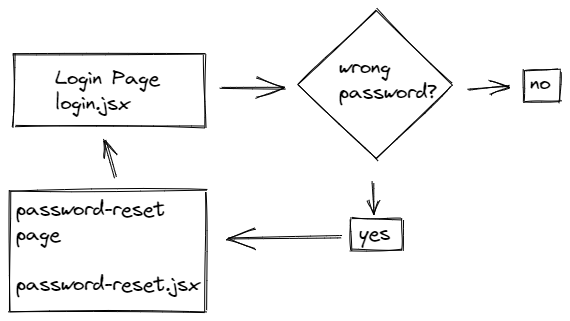
TowmirAlRashid/meritage-portal-completed keeps this Excalidraw diagram as portalDiagram.excalidraw.png. Above is the earlier version. Source tidied: one line per element, renumbered; positions are measured from the earlier drawing's top-left corner, leaving out a move shared by most shapes.
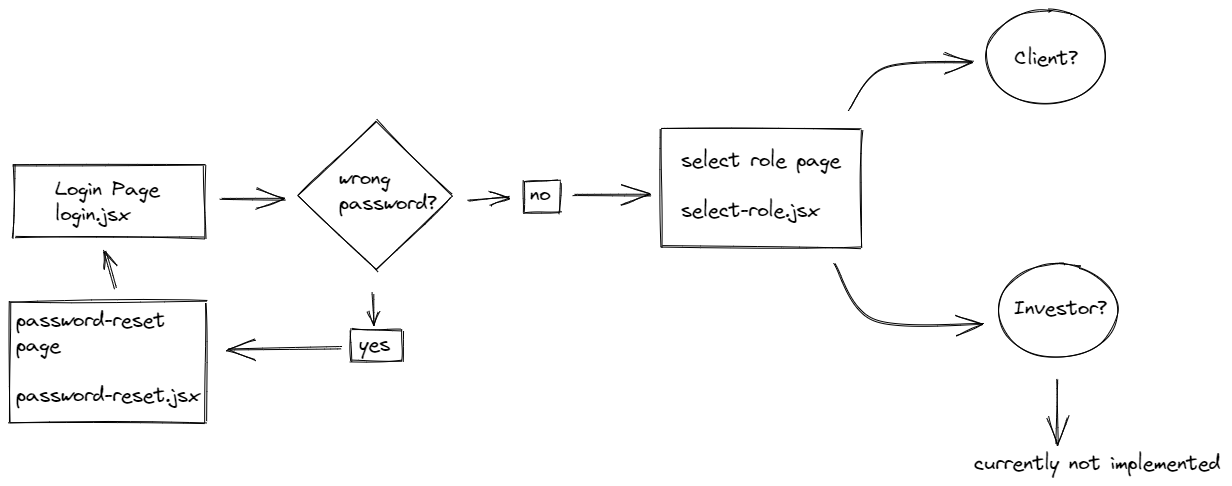
The same file after the commit.

Commit message:
added responsive select-role page

The edit, as a diff of the source:
```diff
@@ -13,3 +13,14 @@
 {"id": 12, "type": "rectangle", "strokeColor": "#000000", "strokeWidth": 1, "roughness": 1, "x": 0, "y": 181, "width": 196, "height": 120}
 {"id": 13, "type": "text", "text": "password-reset\npage\n\npassword-reset.jsx", "strokeColor": "#000000", "strokeWidth": 1, "roughness": 1, "fontSize": 20, "fontFamily": 1, "x": 6, "y": 187, "width": 185, "height": 100}
 {"id": 14, "type": "arrow", "strokeColor": "#000000", "strokeWidth": 1, "roughness": 1, "endArrowhead": "arrow", "from": 13, "to": 0, "x": 105, "y": 169, "width": 11, "height": 39, "points": [[0, 0], [-11, -39]]}
+{"id": 15, "type": "rectangle", "strokeColor": "#000000", "strokeWidth": 1, "roughness": 1, "x": 651, "y": 8, "width": 200, "height": 118}
+{"id": 16, "type": "text", "text": "select role page\n\nselect-role.jsx", "strokeColor": "#000000", "strokeWidth": 1, "roughness": 1, "fontSize": 20, "fontFamily": 1, "x": 671, "y": 27, "width": 160, "height": 75}
+{"id": 17, "type": "arrow", "strokeColor": "#000000", "strokeWidth": 1, "roughness": 1, "endArrowhead": "arrow", "from": 6, "to": 15, "x": 563, "y": 75, "width": 77, "height": 1, "points": [[0, 0], [77, -1]]}
+{"id": 18, "type": "ellipse", "strokeColor": "#000000", "strokeWidth": 1, "roughness": 1, "x": 976, "y": -111, "width": 120, "height": 94}
+{"id": 19, "type": "ellipse", "strokeColor": "#000000", "strokeWidth": 1, "roughness": 1, "x": 988, "y": 143, "width": 120, "height": 94}
+{"id": 20, "type": "text", "text": "Client?", "strokeColor": "#000000", "strokeWidth": 1, "roughness": 1, "fontSize": 20, "fontFamily": 1, "textAlign": "center", "verticalAlign": "middle", "inside": 18, "x": 1004, "y": -78, "width": 65, "height": 27}
+{"id": 21, "type": "text", "text": "Investor?", "strokeColor": "#000000", "strokeWidth": 1, "roughness": 1, "fontSize": 20, "fontFamily": 1, "x": 1004, "y": 175, "width": 95, "height": 25}
+{"id": 22, "type": "arrow", "strokeColor": "#000000", "strokeWidth": 1, "roughness": 1, "endArrowhead": "arrow", "from": 15, "to": 18, "x": 839, "y": -11, "width": 124, "height": 49, "points": [[0, 0], [35, -42], [124, -49]]}
+{"id": 23, "type": "arrow", "strokeColor": "#000000", "strokeWidth": 1, "roughness": 1, "endArrowhead": "arrow", "from": 15, "to": 19, "x": 825, "y": 142, "width": 148, "height": 61, "points": [[0, 0], [39, 56], [148, 61]]}
+{"id": 24, "type": "text", "text": "currently not implemented", "strokeColor": "#000000", "strokeWidth": 1, "roughness": 1, "fontSize": 20, "fontFamily": 1, "x": 964, "y": 330, "width": 248, "height": 25}
+{"id": 25, "type": "arrow", "strokeColor": "#000000", "strokeWidth": 1, "roughness": 1, "endArrowhead": "arrow", "from": 19, "to": 24, "x": 1047, "y": 258, "width": 0, "height": 65, "points": [[0, 0], [0, 65]]}
```
